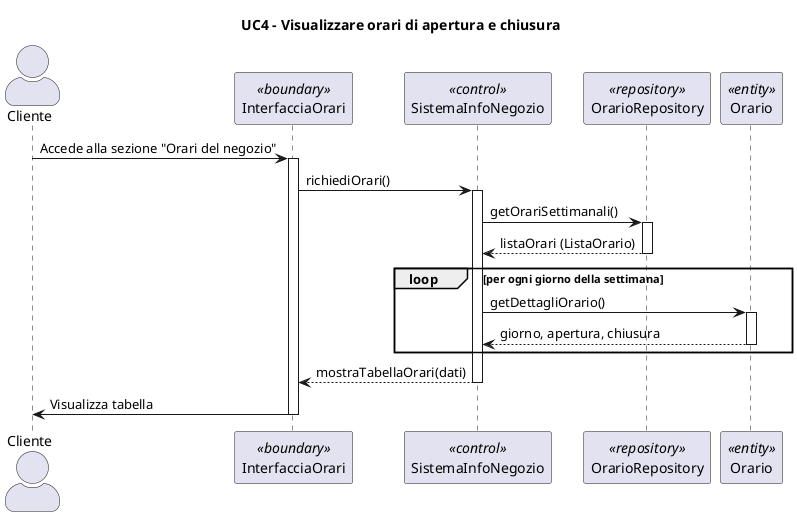
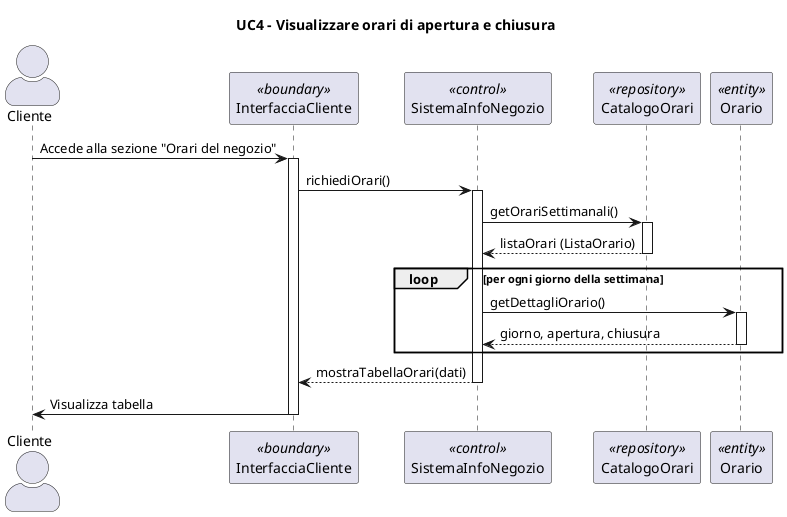
@startuml
skinparam actorStyle awesome
title UC4 - Visualizzare orari di apertura e chiusura
skinparam actorStyle awesome
actor Cliente
- participant "InterfacciaOrari" <<boundary>>
+ participant "InterfacciaCliente" <<boundary>>
participant "SistemaInfoNegozio" <<control>>
- participant "OrarioRepository" as Repo <<repository>>
+ participant "CatalogoOrari" as Repo <<repository>>
participant "Orario" as ORA <<entity>>

- Cliente -> InterfacciaOrari : Accede alla sezione "Orari del negozio"
- activate InterfacciaOrari
+ Cliente -> InterfacciaCliente : Accede alla sezione "Orari del negozio"
+ activate InterfacciaCliente

- InterfacciaOrari -> SistemaInfoNegozio : richiediOrari()
+ InterfacciaCliente -> SistemaInfoNegozio : richiediOrari()
activate SistemaInfoNegozio

SistemaInfoNegozio -> Repo : getOrariSettimanali()
activate Repo
Repo --> SistemaInfoNegozio : listaOrari (ListaOrario)
deactivate Repo

loop per ogni giorno della settimana
    SistemaInfoNegozio -> "ORA" : getDettagliOrario()
    activate "ORA"
    "ORA" --> SistemaInfoNegozio : giorno, apertura, chiusura
    deactivate "ORA"
end

- SistemaInfoNegozio --> InterfacciaOrari : mostraTabellaOrari(dati)
+ SistemaInfoNegozio --> InterfacciaCliente : mostraTabellaOrari(dati)
deactivate SistemaInfoNegozio

- InterfacciaOrari -> Cliente : Visualizza tabella
- deactivate InterfacciaOrari
+ InterfacciaCliente -> Cliente : Visualizza tabella
+ deactivate InterfacciaCliente


@enduml
